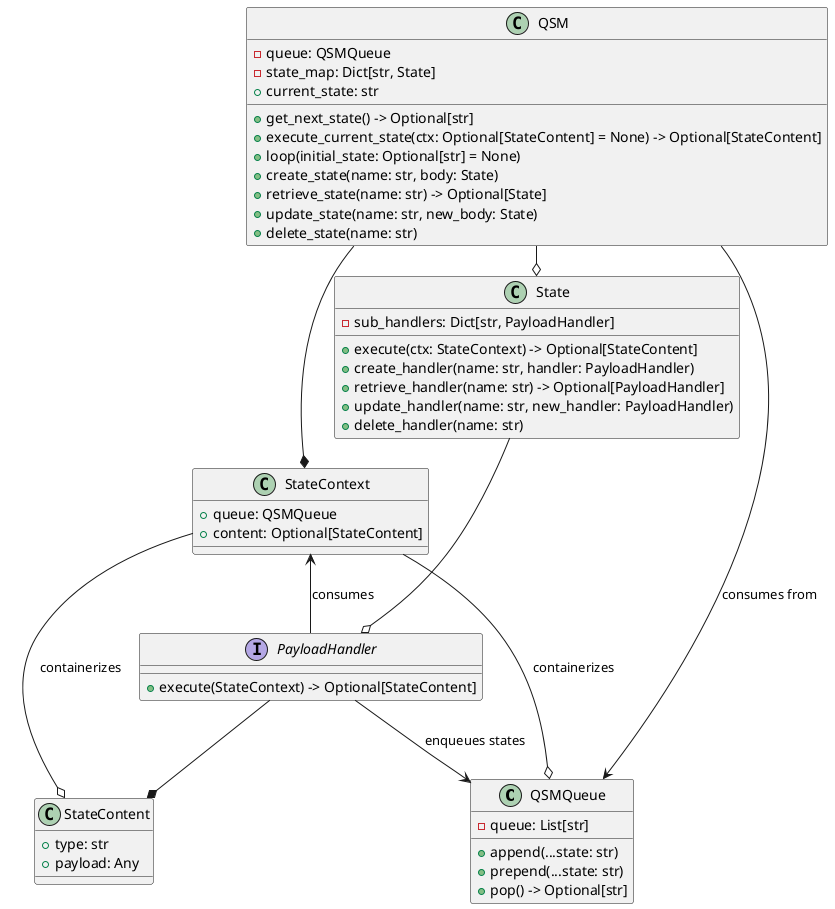
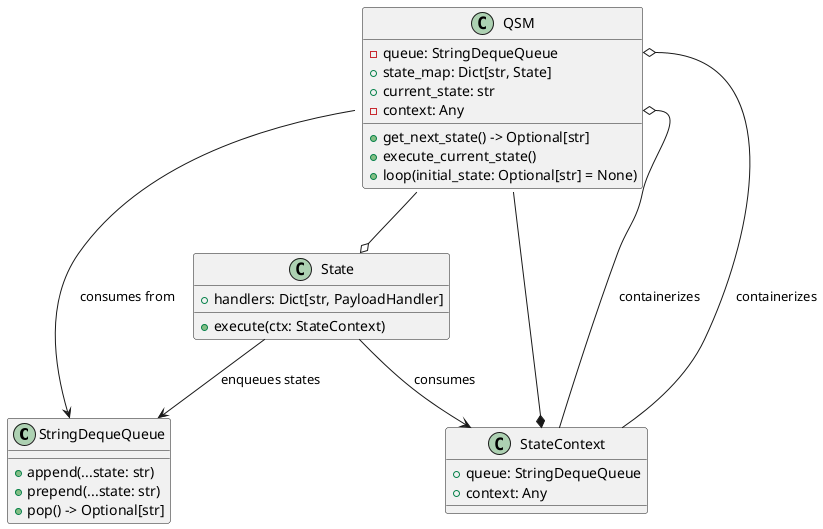
@startuml

- class QSMQueue {
-     - queue: List[str]
+ class StringDequeQueue {
    + append(...state: str)
    + prepend(...state: str)
    + pop() -> Optional[str]
}

- class StateContent {
-     + type: str
-     + payload: Any
- }
- 
class StateContext {
-     + queue: QSMQueue
-     + content: Optional[StateContent]
+     + queue: StringDequeQueue
+     + context: Any
}

class QSM {
-     - queue: QSMQueue
-     - state_map: Dict[str, State]
+     - queue: StringDequeQueue
+     + state_map: Dict[str, State]
    + current_state: str
+     - context: Any
    + get_next_state() -> Optional[str]
-     + execute_current_state(ctx: Optional[StateContent] = None) -> Optional[StateContent]
+     + execute_current_state()
    + loop(initial_state: Optional[str] = None)
-     + create_state(name: str, body: State)
-     + retrieve_state(name: str) -> Optional[State]
-     + update_state(name: str, new_body: State)
-     + delete_state(name: str)
}

class State {
-     - sub_handlers: Dict[str, PayloadHandler]
-     + execute(ctx: StateContext) -> Optional[StateContent]
-     + create_handler(name: str, handler: PayloadHandler)
-     + retrieve_handler(name: str) -> Optional[PayloadHandler]
-     + update_handler(name: str, new_handler: PayloadHandler)
-     + delete_handler(name: str)
+     + handlers: Dict[str, PayloadHandler]
+     + execute(ctx: StateContext)
}

- interface PayloadHandler {
-     + execute(StateContext) -> Optional[StateContent]
- }
- 
- QSM -o State
- QSM --> QSMQueue : "consumes from"
+ QSM --o State
+ QSM --> StringDequeQueue : "consumes from"
QSM --* StateContext
- State --o PayloadHandler
- PayloadHandler --* StateContent
- PayloadHandler --> QSMQueue : "enqueues states"
- StateContext <-- PayloadHandler : "consumes"
- StateContext --o StateContent : "containerizes"
- StateContext --o QSMQueue : "containerizes"
- 
+ State --> StringDequeQueue : "enqueues states"
+ StateContext --o QSM::context : "containerizes"
+ StateContext --o QSM::queue : "containerizes"
+ State --> StateContext : "consumes"
@enduml
